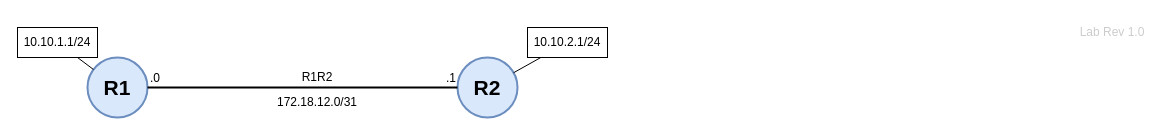
Above: page "Lab1" (3 of 3) of fortigate-bgp/assets/topologies/bgp-lab-master.drawio in sanderzegers/technotes (draw.io), before the change. Source tidied: cells renumbered, new cells numbered last; positions are measured from the earlier drawing's top-left corner, leaving out a move shared by most shapes. Both pictures are drawn from the tidied source at 100%, with x=0, y=0 at pixel (17, 17).
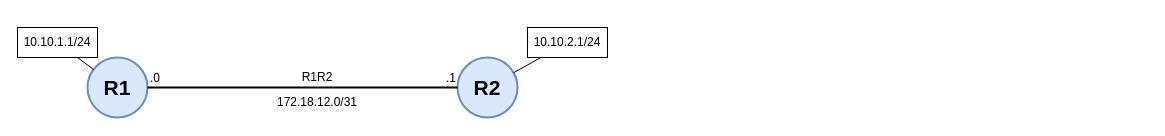
Above is the later version.

Change to the diagram source:
```diff
@@
 <mxGraphModel>
   <root>
     <mxCell id="0" />
     <mxCell id="1" parent="0" />
     <mxCell id="2" value="R1" style="ellipse;whiteSpace=wrap;html=1;fontSize=21;fontStyle=1;strokeWidth=2;fillColor=#dae8fc;strokeColor=#6c8ebf;" parent="1" vertex="1">
       <mxGeometry x="70" y="40" width="60" height="60" as="geometry" />
     </mxCell>
     <mxCell id="3" value="R2" style="ellipse;whiteSpace=wrap;html=1;fontStyle=1;fontSize=21;strokeWidth=2;fillColor=#dae8fc;strokeColor=#6c8ebf;" parent="1" vertex="1">
       <mxGeometry x="440" y="40" width="60" height="60" as="geometry" />
     </mxCell>
     <mxCell id="4" style="endArrow=none;html=1;rounded=0;jumpStyle=none;snapToPoint=0;fixDash=0;noJump=0;orthogonal=1;strokeWidth=2;" parent="1" edge="1" source="2" target="3">
       <mxGeometry relative="1" as="geometry" />
     </mxCell>
     <mxCell id="5" parent="0" />
     <mxCell id="6" value="R1R2" style="text;html=1;whiteSpace=wrap;strokeColor=none;fillColor=none;align=center;verticalAlign=middle;rounded=0;" parent="5" vertex="1">
       <mxGeometry x="270" y="45" width="60" height="30" as="geometry" />
     </mxCell>
     <mxCell id="7" parent="0" />
     <mxCell id="8" value="172.18.12.0/31" style="text;html=1;whiteSpace=wrap;strokeColor=none;fillColor=none;align=center;verticalAlign=middle;rounded=0;" parent="7" vertex="1">
       <mxGeometry x="270" y="70" width="60" height="30" as="geometry" />
     </mxCell>
     <mxCell id="9" value=".0" style="text;html=1;whiteSpace=wrap;strokeColor=none;fillColor=none;align=center;verticalAlign=middle;rounded=0;" parent="7" vertex="1">
       <mxGeometry x="108" y="46" width="60" height="30" as="geometry" />
     </mxCell>
     <mxCell id="10" value=".1" style="text;html=1;whiteSpace=wrap;strokeColor=none;fillColor=none;align=center;verticalAlign=middle;rounded=0;" parent="7" vertex="1">
       <mxGeometry x="404" y="46" width="60" height="30" as="geometry" />
     </mxCell>
-    <mxCell id="11" value="Lab Rev 1.0" style="text;html=1;whiteSpace=wrap;strokeColor=none;fillColor=none;align=center;verticalAlign=middle;rounded=0;textOpacity=20;" parent="7" vertex="1">
-      <mxGeometry x="1060" width="70" height="30" as="geometry" />
-    </mxCell>
     <mxCell id="12" parent="0" />
     <mxCell id="13" value="10.10.1.1/24" style="text;html=1;whiteSpace=wrap;align=center;verticalAlign=middle;rounded=0;strokeColor=default;" parent="12" vertex="1">
       <mxGeometry y="10" width="80" height="30" as="geometry" />
     </mxCell>
     <mxCell id="14" value="10.10.2.1/24" style="text;html=1;whiteSpace=wrap;align=center;verticalAlign=middle;rounded=0;strokeColor=default;" parent="12" vertex="1">
       <mxGeometry x="510" y="10" width="80" height="30" as="geometry" />
     </mxCell>
     <mxCell id="15" style="endArrow=none;html=1;rounded=0;" parent="12" edge="1" source="3" target="14">
       <mxGeometry relative="1" as="geometry" />
     </mxCell>
     <mxCell id="16" style="endArrow=none;html=1;rounded=0;" parent="12" edge="1" source="2" target="13">
       <mxGeometry relative="1" as="geometry" />
     </mxCell>
   </root>
 </mxGraphModel>
```
